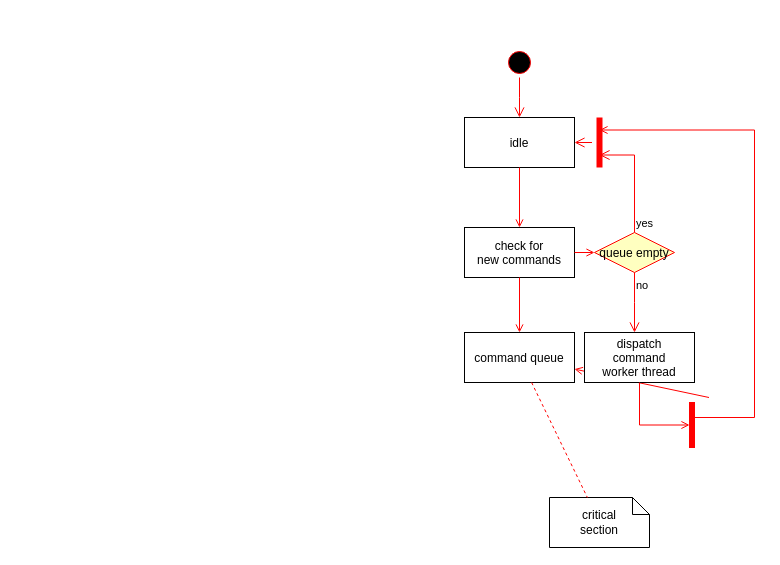
The draw.io diagram RL_Flow.drawio in dsghrg/releo, before the edit. Source tidied: cells renumbered, new cells numbered last; positions are measured from the earlier drawing's top-left corner, leaving out a move shared by most shapes. Both pictures are drawn from the tidied source at 100%, with x=0, y=0 at pixel (464, 47).
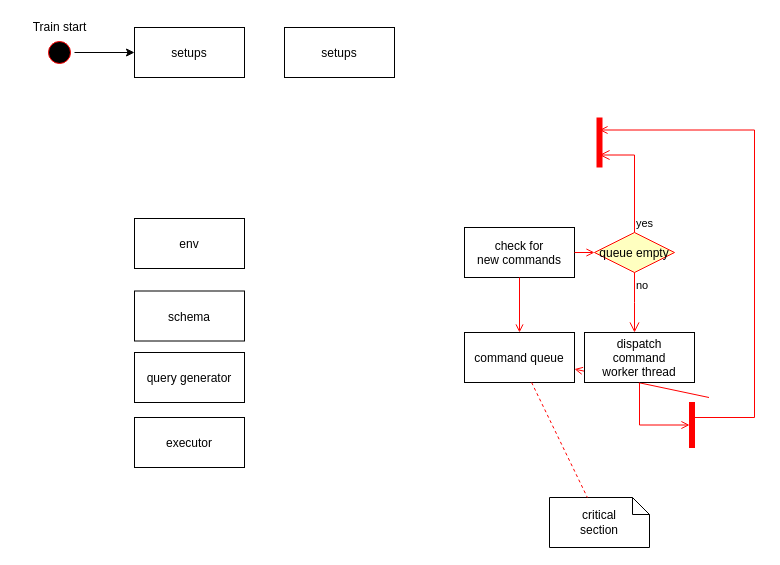
Above is the later version.

Unchanged cells that the change refers to:
```xml
<mxCell id="6" value="check for &#10;new commands" parent="1" vertex="1">
  <mxGeometry y="180" width="110" height="50" as="geometry" />
</mxCell>
<mxCell id="14" style="shape=line;strokeWidth=6;strokeColor=#ff0000;rotation=90;" parent="1" vertex="1">
  <mxGeometry x="110" y="87.5" width="50" height="15" as="geometry" />
</mxCell>
```

The edit, as a diff of the source:
```diff
@@
+    <mxCell id="4" style="edgeStyle=orthogonalEdgeStyle;rounded=0;jettySize=auto;html=1;exitX=1;exitY=0.5;exitDx=0;exitDy=0;entryX=0;entryY=0.5;entryDx=0;entryDy=0;" parent="1" edge="1" source="3" target="5">
+      <mxGeometry relative="1" as="geometry" />
+    </mxCell>
     <mxCell id="3" style="ellipse;shape=startState;fillColor=#000000;strokeColor=#ff0000;" parent="1" vertex="1">
-      <mxGeometry x="40" width="30" height="30" as="geometry" />
+      <mxGeometry x="-420" y="-10" width="30" height="30" as="geometry" />
     </mxCell>
-    <mxCell id="4" style="edgeStyle=elbowEdgeStyle;elbow=horizontal;verticalAlign=bottom;endArrow=open;endSize=8;strokeColor=#FF0000;endFill=1;rounded=0;" parent="1" edge="1" source="3" target="5">
-      <mxGeometry x="510" y="100" as="geometry" />
-    </mxCell>
-    <mxCell id="5" value="idle" parent="1" vertex="1">
-      <mxGeometry y="70" width="110" height="50" as="geometry" />
+    <mxCell id="5" value="setups" parent="1" vertex="1">
+      <mxGeometry x="-330" y="-20" width="110" height="50" as="geometry" />
     </mxCell>
@@
-    <mxCell id="7" style="endArrow=open;strokeColor=#FF0000;endFill=1;rounded=0;" parent="1" edge="1" source="5" target="6">
-      <mxGeometry relative="1" as="geometry" />
-    </mxCell>
@@
-    <mxCell id="15" style="edgeStyle=elbowEdgeStyle;elbow=horizontal;verticalAlign=bottom;endArrow=open;endSize=8;strokeColor=#FF0000;endFill=1;rounded=0;" parent="1" edge="1" source="14" target="5">
-      <mxGeometry x="600" y="170" as="geometry" />
-    </mxCell>
@@
+    <mxCell id="22" value="Train start" style="text;html=1;strokeColor=none;fillColor=none;align=center;verticalAlign=middle;whiteSpace=wrap;rounded=0;" parent="1" vertex="1">
+      <mxGeometry x="-447.5" y="-30" width="85" height="20" as="geometry" />
+    </mxCell>
+    <mxCell id="23" value="env" parent="1" vertex="1">
+      <mxGeometry x="-330" y="171" width="110" height="50" as="geometry" />
+    </mxCell>
+    <mxCell id="24" value="schema" parent="1" vertex="1">
+      <mxGeometry x="-330" y="243.5" width="110" height="50" as="geometry" />
+    </mxCell>
+    <mxCell id="25" value="setups" parent="1" vertex="1">
+      <mxGeometry x="-180" y="-20" width="110" height="50" as="geometry" />
+    </mxCell>
+    <mxCell id="26" value="query generator" parent="1" vertex="1">
+      <mxGeometry x="-330" y="305" width="110" height="50" as="geometry" />
+    </mxCell>
+    <mxCell id="27" value="executor" parent="1" vertex="1">
+      <mxGeometry x="-330" y="370" width="110" height="50" as="geometry" />
+    </mxCell>
```
